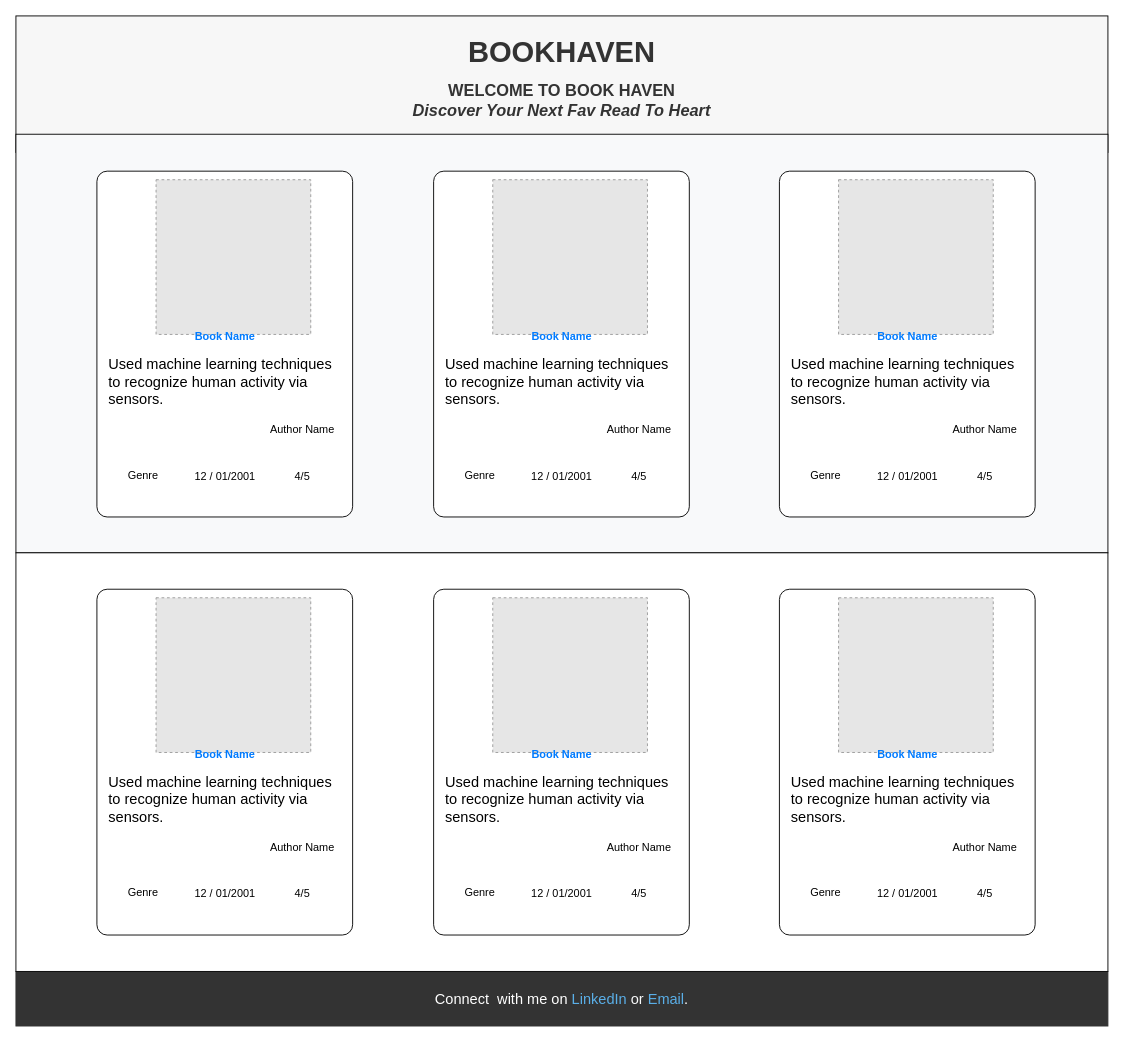
This is Bookhaven .drawio from dumpalisharathchandrareddy/bookhaven-vue, a draw.io file, before an edit. Source tidied: cells renumbered, new cells numbered last; positions are measured from the earlier drawing's top-left corner, leaving out a move shared by most shapes. Both pictures are drawn from the tidied source at 91%, with x=0, y=0 at pixel (15, 15). Pictures stored in the file or linked from it are replaced by grey dashed boxes.
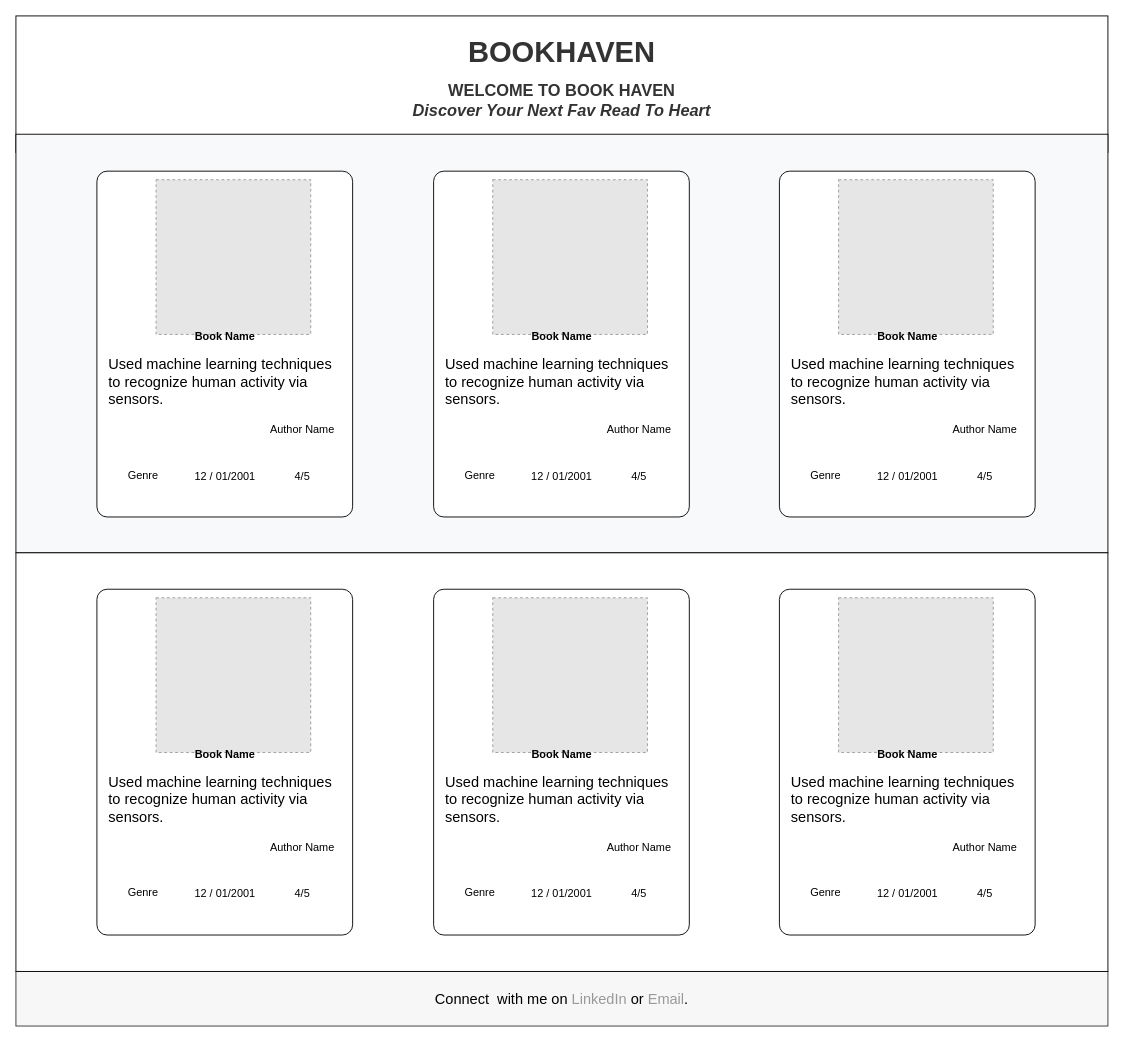
The same page after the edit.

The change refers to these unchanged cells:
```xml
<mxCell id="2" style="group;fillColor=none;" parent="1" vertex="1">
  <mxGeometry y="50" width="1200" height="480" as="geometry" />
</mxCell>
<mxCell id="8" style="group;rounded=0;" parent="7" vertex="1">
  <mxGeometry x="90" y="70.6" width="280" height="380" as="geometry" />
</mxCell>
<mxCell id="17" style="group;rounded=0;" parent="5" vertex="1">
  <mxGeometry x="460" y="40.6" width="280" height="380" as="geometry" />
</mxCell>
<mxCell id="26" style="group;rounded=0;" parent="5" vertex="1">
  <mxGeometry x="840" y="40.6" width="280" height="380" as="geometry" />
</mxCell>
<mxCell id="35" style="group;" parent="1" vertex="1">
  <mxGeometry y="1050" width="1200" height="60" as="geometry" />
</mxCell>
<mxCell id="39" style="group;rounded=0;" parent="1" vertex="1">
  <mxGeometry x="90" y="630" width="280" height="380" as="geometry" />
</mxCell>
<mxCell id="48" style="group;rounded=0;" parent="1" vertex="1">
  <mxGeometry x="460" y="630" width="280" height="380" as="geometry" />
</mxCell>
<mxCell id="57" style="group;rounded=0;" parent="1" vertex="1">
  <mxGeometry x="840" y="630" width="280" height="380" as="geometry" />
</mxCell>
```

What changed in the source:
```diff
@@
-    <mxCell id="3" style="rounded=0;whiteSpace=wrap;html=1;fillColor=#F7F7F7;fontColor=#ffffff;" parent="2" vertex="1">
+    <mxCell id="3" style="rounded=0;whiteSpace=wrap;html=1;fillColor=#FFFFFF;fontColor=#ffffff;" parent="2" vertex="1">
       <mxGeometry y="-50" width="1200" height="150" as="geometry" />
     </mxCell>
@@
-    <mxCell id="11" value="&lt;font color=&quot;#007bff&quot;&gt;&lt;b&gt;Book Name&lt;br&gt;&lt;/b&gt;&lt;/font&gt;" style="text;html=1;align=center;verticalAlign=middle;whiteSpace=wrap;rounded=0;" parent="8" vertex="1">
+    <mxCell id="11" value="&lt;b&gt;Book Name&lt;br&gt;&lt;/b&gt;" style="text;html=1;align=center;verticalAlign=middle;whiteSpace=wrap;rounded=0;" parent="8" vertex="1">
       <mxGeometry x="40" y="164.7" width="200" height="35.3" as="geometry" />
     </mxCell>
@@
-    <mxCell id="20" value="&lt;font color=&quot;#007bff&quot;&gt;&lt;b&gt;Book Name&lt;br&gt;&lt;/b&gt;&lt;/font&gt;" style="text;html=1;align=center;verticalAlign=middle;whiteSpace=wrap;rounded=0;" parent="17" vertex="1">
+    <mxCell id="20" value="&lt;b&gt;Book Name&lt;br&gt;&lt;/b&gt;" style="text;html=1;align=center;verticalAlign=middle;whiteSpace=wrap;rounded=0;" parent="17" vertex="1">
       <mxGeometry x="40" y="164.7" width="200" height="35.3" as="geometry" />
     </mxCell>
@@
-    <mxCell id="29" value="&lt;font color=&quot;#007bff&quot;&gt;&lt;b&gt;Book Name&lt;br&gt;&lt;/b&gt;&lt;/font&gt;" style="text;html=1;align=center;verticalAlign=middle;whiteSpace=wrap;rounded=0;" parent="26" vertex="1">
+    <mxCell id="29" value="&lt;b&gt;Book Name&lt;br&gt;&lt;/b&gt;" style="text;html=1;align=center;verticalAlign=middle;whiteSpace=wrap;rounded=0;" parent="26" vertex="1">
       <mxGeometry x="40" y="164.7" width="200" height="35.3" as="geometry" />
     </mxCell>
@@
-    <mxCell id="36" style="rounded=0;whiteSpace=wrap;html=1;strokeColor=#333333;fillColor=#333333;" parent="35" vertex="1">
+    <mxCell id="36" style="rounded=0;whiteSpace=wrap;html=1;strokeColor=#333333;fillColor=#F7F7F7;" parent="35" vertex="1">
       <mxGeometry width="1200" height="60" as="geometry" />
     </mxCell>
-    <mxCell id="37" value="&lt;font style=&quot;font-size: 16px;&quot;&gt;&lt;font color=&quot;#ffffff&quot;&gt;Connect&lt;/font&gt;&amp;nbsp; &lt;font color=&quot;#ffffff&quot;&gt;with me on&lt;/font&gt; &lt;font color=&quot;#5aafe8&quot;&gt;LinkedIn&lt;/font&gt; &lt;font color=&quot;#f8f9fa&quot;&gt;or &lt;/font&gt;&lt;font color=&quot;#5aafe8&quot;&gt;Email&lt;font color=&quot;#ffffff&quot;&gt;.&lt;/font&gt;&lt;/font&gt;&lt;/font&gt;" style="text;html=1;align=center;verticalAlign=middle;whiteSpace=wrap;rounded=0;" parent="35" vertex="1">
+    <mxCell id="37" value="&lt;font style=&quot;font-size: 16px;&quot;&gt;Connect&amp;nbsp; with me on &lt;font color=&quot;#999999&quot;&gt;LinkedIn&lt;/font&gt; or &lt;font color=&quot;#999999&quot;&gt;Email&lt;/font&gt;.&lt;/font&gt;" style="text;html=1;align=center;verticalAlign=middle;whiteSpace=wrap;rounded=0;" parent="35" vertex="1">
       <mxGeometry width="1200" height="60" as="geometry" />
     </mxCell>
@@
-    <mxCell id="42" value="&lt;font color=&quot;#007bff&quot;&gt;&lt;b&gt;Book Name&lt;br&gt;&lt;/b&gt;&lt;/font&gt;" style="text;html=1;align=center;verticalAlign=middle;whiteSpace=wrap;rounded=0;" parent="39" vertex="1">
+    <mxCell id="42" value="&lt;b&gt;Book Name&lt;/b&gt;&lt;b&gt;&lt;br&gt;&lt;/b&gt;" style="text;html=1;align=center;verticalAlign=middle;whiteSpace=wrap;rounded=0;" parent="39" vertex="1">
       <mxGeometry x="40" y="164.7" width="200" height="35.3" as="geometry" />
     </mxCell>
@@
-    <mxCell id="51" value="&lt;font color=&quot;#007bff&quot;&gt;&lt;b&gt;Book Name&lt;br&gt;&lt;/b&gt;&lt;/font&gt;" style="text;html=1;align=center;verticalAlign=middle;whiteSpace=wrap;rounded=0;" parent="48" vertex="1">
+    <mxCell id="51" value="&lt;b&gt;Book Name&lt;/b&gt;&lt;b&gt;&lt;br&gt;&lt;/b&gt;" style="text;html=1;align=center;verticalAlign=middle;whiteSpace=wrap;rounded=0;" parent="48" vertex="1">
       <mxGeometry x="40" y="164.7" width="200" height="35.3" as="geometry" />
     </mxCell>
@@
-    <mxCell id="60" value="&lt;font color=&quot;#007bff&quot;&gt;&lt;b&gt;Book Name&lt;br&gt;&lt;/b&gt;&lt;/font&gt;" style="text;html=1;align=center;verticalAlign=middle;whiteSpace=wrap;rounded=0;" parent="57" vertex="1">
+    <mxCell id="60" value="&lt;b&gt;Book Name&lt;br&gt;&lt;/b&gt;" style="text;html=1;align=center;verticalAlign=middle;whiteSpace=wrap;rounded=0;" parent="57" vertex="1">
       <mxGeometry x="40" y="164.7" width="200" height="35.3" as="geometry" />
     </mxCell>
```
